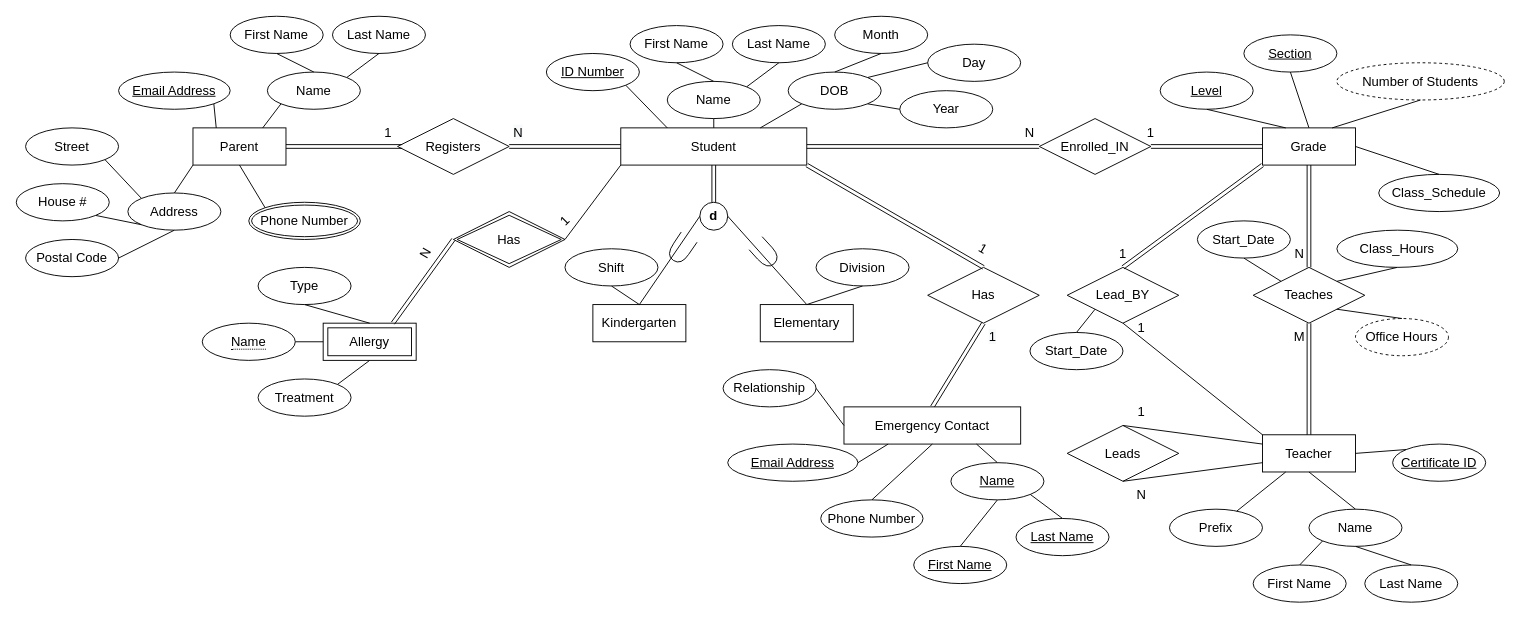
This is EERD-Assignment-1.drawio from HAZberi/ensf-608-assignment1-eerd, a draw.io file, before an edit. Source tidied: cells renumbered, new cells numbered last; positions are measured from the earlier drawing's top-left corner, leaving out a move shared by most shapes. Both pictures are drawn from the tidied source at 93%, with x=0, y=0 at pixel (16, 16).
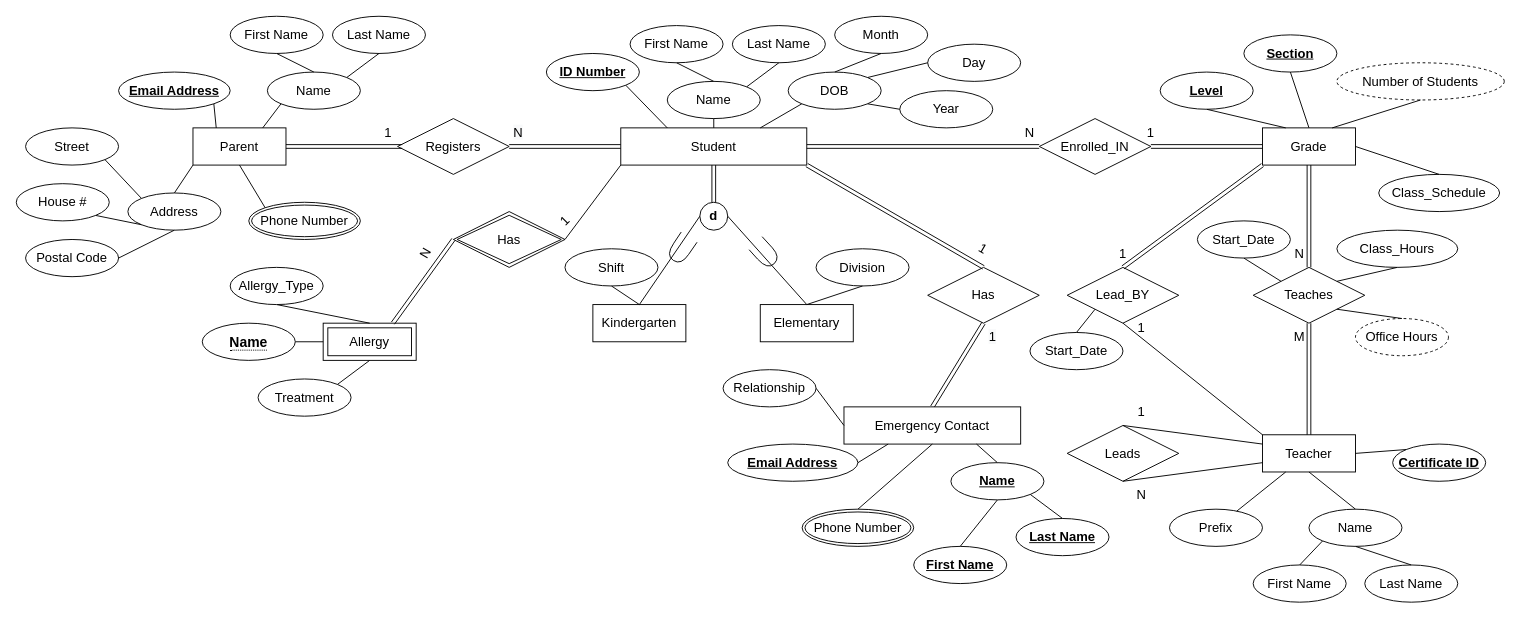
The same diagram, later.

Unchanged cells that the change refers to:
```xml
<mxCell id="54" value="Allergy" style="shape=ext;margin=3;double=1;whiteSpace=wrap;html=1;align=center;fontSize=14;" parent="1" vertex="1">
  <mxGeometry x="330" y="330" width="100" height="40" as="geometry" />
</mxCell>
```

The edit, as a diff of the source:
```diff
@@
-    <mxCell id="3" value="&lt;u&gt;ID Number&lt;/u&gt;" style="ellipse;whiteSpace=wrap;html=1;align=center;fontSize=14;" parent="1" vertex="1">
+    <mxCell id="3" value="&lt;u&gt;&lt;b&gt;ID Number&lt;/b&gt;&lt;/u&gt;" style="ellipse;whiteSpace=wrap;html=1;align=center;fontSize=14;" parent="1" vertex="1">
       <mxGeometry x="570" y="40" width="100" height="40" as="geometry" />
     </mxCell>
@@
-    <mxCell id="39" value="Email Address" style="ellipse;whiteSpace=wrap;html=1;align=center;fontStyle=4;fontSize=14;" parent="1" vertex="1">
+    <mxCell id="39" value="&lt;b&gt;Email Address&lt;/b&gt;" style="ellipse;whiteSpace=wrap;html=1;align=center;fontStyle=4;fontSize=14;" parent="1" vertex="1">
       <mxGeometry x="110" y="60" width="120" height="40" as="geometry" />
     </mxCell>
@@
-    <mxCell id="56" value="Type" style="ellipse;whiteSpace=wrap;html=1;align=center;fontSize=14;" parent="1" vertex="1">
-      <mxGeometry x="260" y="270" width="100" height="40" as="geometry" />
-    </mxCell>
@@
-    <mxCell id="58" style="endArrow=none;html=1;rounded=0;fontSize=14;entryX=0.5;entryY=0;entryDx=0;entryDy=0;exitX=0.5;exitY=1;exitDx=0;exitDy=0;" parent="1" edge="1" source="56" target="54">
+    <mxCell id="58" style="endArrow=none;html=1;rounded=0;fontSize=14;entryX=0.5;entryY=0;entryDx=0;entryDy=0;exitX=0.5;exitY=1;exitDx=0;exitDy=0;" parent="1" edge="1" source="139" target="54">
       <mxGeometry relative="1" as="geometry" />
     </mxCell>
@@
-    <mxCell id="61" value="&lt;span style=&quot;border-bottom: 1px dotted&quot;&gt;Name&lt;/span&gt;" style="ellipse;whiteSpace=wrap;html=1;align=center;fontSize=14;" parent="1" vertex="1">
+    <mxCell id="61" value="&lt;span style=&quot;border-bottom: 1px dotted&quot;&gt;&lt;b&gt;&lt;font style=&quot;font-size: 15px;&quot;&gt;Name&lt;/font&gt;&lt;/b&gt;&lt;/span&gt;" style="ellipse;whiteSpace=wrap;html=1;align=center;fontSize=14;" parent="1" vertex="1">
       <mxGeometry x="200" y="330" width="100" height="40" as="geometry" />
     </mxCell>
@@
-    <mxCell id="67" value="Email Address" style="ellipse;whiteSpace=wrap;html=1;align=center;fontStyle=4;fontSize=14;" parent="1" vertex="1">
+    <mxCell id="67" value="&lt;b&gt;Email Address&lt;/b&gt;" style="ellipse;whiteSpace=wrap;html=1;align=center;fontStyle=4;fontSize=14;" parent="1" vertex="1">
       <mxGeometry x="765" y="460" width="140" height="40" as="geometry" />
     </mxCell>
@@
-    <mxCell id="69" value="&lt;u&gt;Name&lt;/u&gt;" style="ellipse;whiteSpace=wrap;html=1;align=center;fontSize=14;" parent="1" vertex="1">
+    <mxCell id="69" value="&lt;u&gt;&lt;b&gt;Name&lt;/b&gt;&lt;/u&gt;" style="ellipse;whiteSpace=wrap;html=1;align=center;fontSize=14;" parent="1" vertex="1">
       <mxGeometry x="1005" y="480" width="100" height="40" as="geometry" />
     </mxCell>
-    <mxCell id="70" value="&lt;u&gt;Last Name&lt;/u&gt;" style="ellipse;whiteSpace=wrap;html=1;align=center;fontSize=14;" parent="1" vertex="1">
+    <mxCell id="70" value="&lt;u&gt;&lt;b&gt;Last Name&lt;/b&gt;&lt;/u&gt;" style="ellipse;whiteSpace=wrap;html=1;align=center;fontSize=14;" parent="1" vertex="1">
       <mxGeometry x="1075" y="540" width="100" height="40" as="geometry" />
     </mxCell>
-    <mxCell id="71" value="&lt;u&gt;First Name&lt;/u&gt;" style="ellipse;whiteSpace=wrap;html=1;align=center;fontSize=14;" parent="1" vertex="1">
+    <mxCell id="71" value="&lt;u&gt;&lt;b&gt;First Name&lt;/b&gt;&lt;/u&gt;" style="ellipse;whiteSpace=wrap;html=1;align=center;fontSize=14;" parent="1" vertex="1">
       <mxGeometry x="965" y="570" width="100" height="40" as="geometry" />
     </mxCell>
@@
-    <mxCell id="78" value="Phone Number" style="ellipse;whiteSpace=wrap;html=1;align=center;fontSize=14;" parent="1" vertex="1">
-      <mxGeometry x="865" y="520" width="110" height="40" as="geometry" />
-    </mxCell>
@@
-    <mxCell id="107" value="&lt;u&gt;Certificate ID&lt;/u&gt;" style="ellipse;whiteSpace=wrap;html=1;align=center;strokeWidth=1;fontSize=14;" parent="1" vertex="1">
+    <mxCell id="107" value="&lt;u&gt;&lt;b&gt;Certificate ID&lt;/b&gt;&lt;/u&gt;" style="ellipse;whiteSpace=wrap;html=1;align=center;strokeWidth=1;fontSize=14;" parent="1" vertex="1">
       <mxGeometry x="1480" y="460" width="100" height="40" as="geometry" />
     </mxCell>
@@
-    <mxCell id="116" value="&lt;u&gt;Level&lt;/u&gt;" style="ellipse;whiteSpace=wrap;html=1;align=center;strokeWidth=1;fontSize=14;" parent="1" vertex="1">
+    <mxCell id="116" value="&lt;u&gt;&lt;b&gt;Level&lt;/b&gt;&lt;/u&gt;" style="ellipse;whiteSpace=wrap;html=1;align=center;strokeWidth=1;fontSize=14;" parent="1" vertex="1">
       <mxGeometry x="1230" y="60" width="100" height="40" as="geometry" />
     </mxCell>
@@
-    <mxCell id="118" value="&lt;u&gt;Section&lt;/u&gt;" style="ellipse;whiteSpace=wrap;html=1;align=center;strokeWidth=1;fontSize=14;" parent="1" vertex="1">
+    <mxCell id="118" value="&lt;u&gt;&lt;b&gt;Section&lt;/b&gt;&lt;/u&gt;" style="ellipse;whiteSpace=wrap;html=1;align=center;strokeWidth=1;fontSize=14;" parent="1" vertex="1">
       <mxGeometry x="1320" y="20" width="100" height="40" as="geometry" />
     </mxCell>
@@
+    <mxCell id="139" value="Allergy_Type" style="ellipse;whiteSpace=wrap;html=1;align=center;strokeWidth=1;fontSize=14;" parent="1" vertex="1">
+      <mxGeometry x="230" y="270" width="100" height="40" as="geometry" />
+    </mxCell>
+    <mxCell id="78" value="Phone Number" style="ellipse;shape=doubleEllipse;margin=3;whiteSpace=wrap;html=1;align=center;fontSize=14;" parent="1" vertex="1">
+      <mxGeometry x="845" y="530" width="120" height="40" as="geometry" />
+    </mxCell>
```
